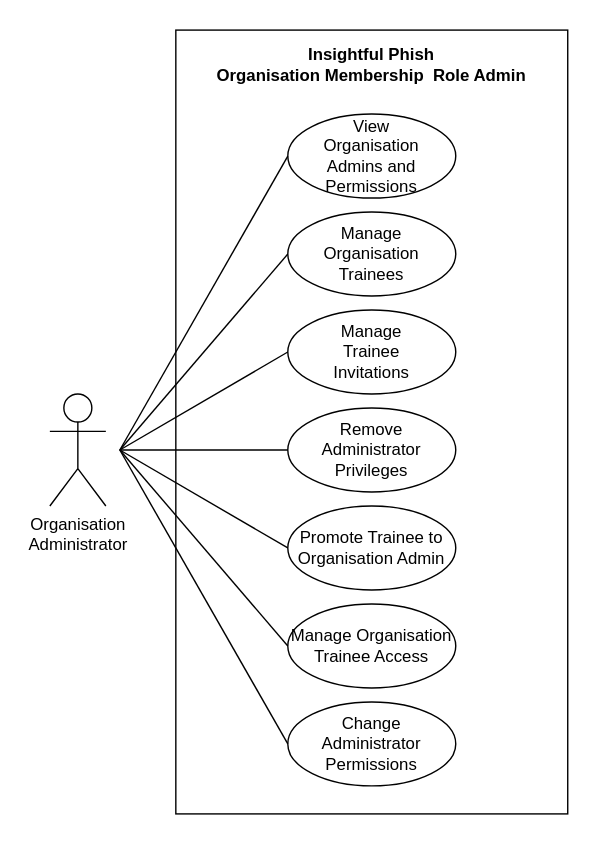
Above: docs/demo4/diagrams/srs/use-cases/organisation-membership-and-role-administration.drawio.svg in COS301-SE-2026/Cybersecurity-Awareness-Training-Platform (draw.io), before the change. Source tidied: cells renumbered, new cells last; positions are measured from the earlier drawing's top-left corner, leaving out a move shared by most shapes.
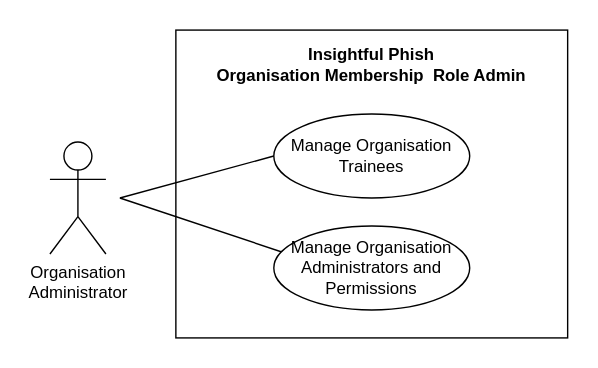
Above is the later version.

Change to the diagram source:
```diff
@@ -3,69 +3,30 @@
     <mxCell id="0" />
     <mxCell id="1" parent="0" />
     <mxCell id="2" style="rounded=0;whiteSpace=wrap;html=1;fillColor=none;" parent="1" vertex="1">
-      <mxGeometry x="90" width="280" height="560" as="geometry" />
+      <mxGeometry x="90" width="280" height="220" as="geometry" />
     </mxCell>
     <mxCell id="3" value="&lt;div&gt;Organisation&lt;br&gt;Administrator&lt;/div&gt;" style="shape=umlActor;verticalLabelPosition=bottom;verticalAlign=top;html=1;" parent="1" vertex="1">
-      <mxGeometry y="260" width="40" height="80" as="geometry" />
+      <mxGeometry y="80" width="40" height="80" as="geometry" />
     </mxCell>
-    <mxCell id="4" value="Manage&lt;br&gt;Organisation&lt;br&gt;Trainees" style="ellipse;whiteSpace=wrap;html=1;" parent="1" vertex="1">
-      <mxGeometry x="170" y="130" width="120" height="60" as="geometry" />
-    </mxCell>
     <mxCell id="5" value="&lt;p class=&quot;p1&quot;&gt;Insightful Phish&lt;br&gt;Organisation Membership&amp;nbsp; Role Admin&lt;/p&gt;" style="text;html=1;whiteSpace=wrap;strokeColor=none;fillColor=none;align=center;verticalAlign=middle;rounded=0;fontStyle=1;" parent="1" vertex="1">
       <mxGeometry x="100" y="10" width="260" height="30" as="geometry" />
     </mxCell>
-    <mxCell id="6" value="Manage Organisation&lt;br&gt;Trainee Access" style="ellipse;whiteSpace=wrap;html=1;" parent="1" vertex="1">
-      <mxGeometry x="170" y="410" width="120" height="60" as="geometry" />
-    </mxCell>
-    <mxCell id="7" value="Promote Trainee to Organisation Admin" style="ellipse;whiteSpace=wrap;html=1;" parent="1" vertex="1">
-      <mxGeometry x="170" y="340" width="120" height="60" as="geometry" />
-    </mxCell>
-    <mxCell id="8" value="View&lt;br&gt;Organisation&lt;br&gt;Admins and Permissions" style="ellipse;whiteSpace=wrap;html=1;" parent="1" vertex="1">
-      <mxGeometry x="170" y="60" width="120" height="60" as="geometry" />
+    <mxCell id="8" value="Manage Organisation Trainees" style="ellipse;whiteSpace=wrap;html=1;" parent="1" vertex="1">
+      <mxGeometry x="160" y="60" width="140" height="60" as="geometry" />
     </mxCell>
-    <mxCell id="9" value="Change&lt;br&gt;Administrator Permissions" style="ellipse;whiteSpace=wrap;html=1;" parent="1" vertex="1">
-      <mxGeometry x="170" y="480" width="120" height="60" as="geometry" />
-    </mxCell>
-    <mxCell id="10" value="Remove Administrator Privileges" style="ellipse;whiteSpace=wrap;html=1;" parent="1" vertex="1">
-      <mxGeometry x="170" y="270" width="120" height="60" as="geometry" />
-    </mxCell>
-    <mxCell id="11" value="Manage&lt;br&gt;Trainee&lt;br&gt;Invitations" style="ellipse;whiteSpace=wrap;html=1;" parent="1" vertex="1">
-      <mxGeometry x="170" y="200" width="120" height="60" as="geometry" />
-    </mxCell>
-    <mxCell id="12" style="endArrow=none;html=1;rounded=0;exitX=0;exitY=0.5;exitDx=0;exitDy=0;" parent="1" edge="1" source="10">
-      <mxGeometry relative="1" as="geometry">
-        <mxPoint x="50" y="300" as="targetPoint" />
-      </mxGeometry>
-    </mxCell>
     <mxCell id="13" style="endArrow=none;html=1;rounded=0;exitX=0;exitY=0.5;exitDx=0;exitDy=0;" parent="1" edge="1" source="8">
       <mxGeometry relative="1" as="geometry">
-        <mxPoint x="50" y="300" as="targetPoint" />
+        <mxPoint x="50" y="120" as="targetPoint" />
       </mxGeometry>
     </mxCell>
-    <mxCell id="14" style="endArrow=none;html=1;rounded=0;exitX=0;exitY=0.5;exitDx=0;exitDy=0;" parent="1" edge="1" source="4">
+    <mxCell id="14" style="endArrow=none;html=1;rounded=0;exitX=0;exitY=0.5;exitDx=0;exitDy=0;" parent="1" edge="1">
       <mxGeometry relative="1" as="geometry">
-        <mxPoint x="50" y="300" as="targetPoint" />
+        <mxPoint x="170" y="160" as="sourcePoint" />
+        <mxPoint x="50" y="120" as="targetPoint" />
       </mxGeometry>
     </mxCell>
-    <mxCell id="15" style="endArrow=none;html=1;rounded=0;exitX=0;exitY=0.5;exitDx=0;exitDy=0;" parent="1" edge="1" source="11">
-      <mxGeometry relative="1" as="geometry">
-        <mxPoint x="50" y="300" as="targetPoint" />
-      </mxGeometry>
-    </mxCell>
-    <mxCell id="16" style="endArrow=none;html=1;rounded=0;exitX=0;exitY=0.5;exitDx=0;exitDy=0;" parent="1" edge="1" source="7">
-      <mxGeometry relative="1" as="geometry">
-        <mxPoint x="50" y="300" as="targetPoint" />
-      </mxGeometry>
-    </mxCell>
-    <mxCell id="17" style="endArrow=none;html=1;rounded=0;exitX=0;exitY=0.5;exitDx=0;exitDy=0;" parent="1" edge="1" source="6">
-      <mxGeometry relative="1" as="geometry">
-        <mxPoint x="50" y="300" as="targetPoint" />
-      </mxGeometry>
-    </mxCell>
-    <mxCell id="18" style="endArrow=none;html=1;rounded=0;exitX=0;exitY=0.5;exitDx=0;exitDy=0;" parent="1" edge="1" source="9">
-      <mxGeometry relative="1" as="geometry">
-        <mxPoint x="50" y="300" as="targetPoint" />
-      </mxGeometry>
-    </mxCell>
+    <mxCell id="19" value="Manage Organisation Administrators and Permissions" style="ellipse;whiteSpace=wrap;html=1;" parent="1" vertex="1">
+      <mxGeometry x="160" y="140" width="140" height="60" as="geometry" />
+    </mxCell>
   </root>
 </mxGraphModel>
```
